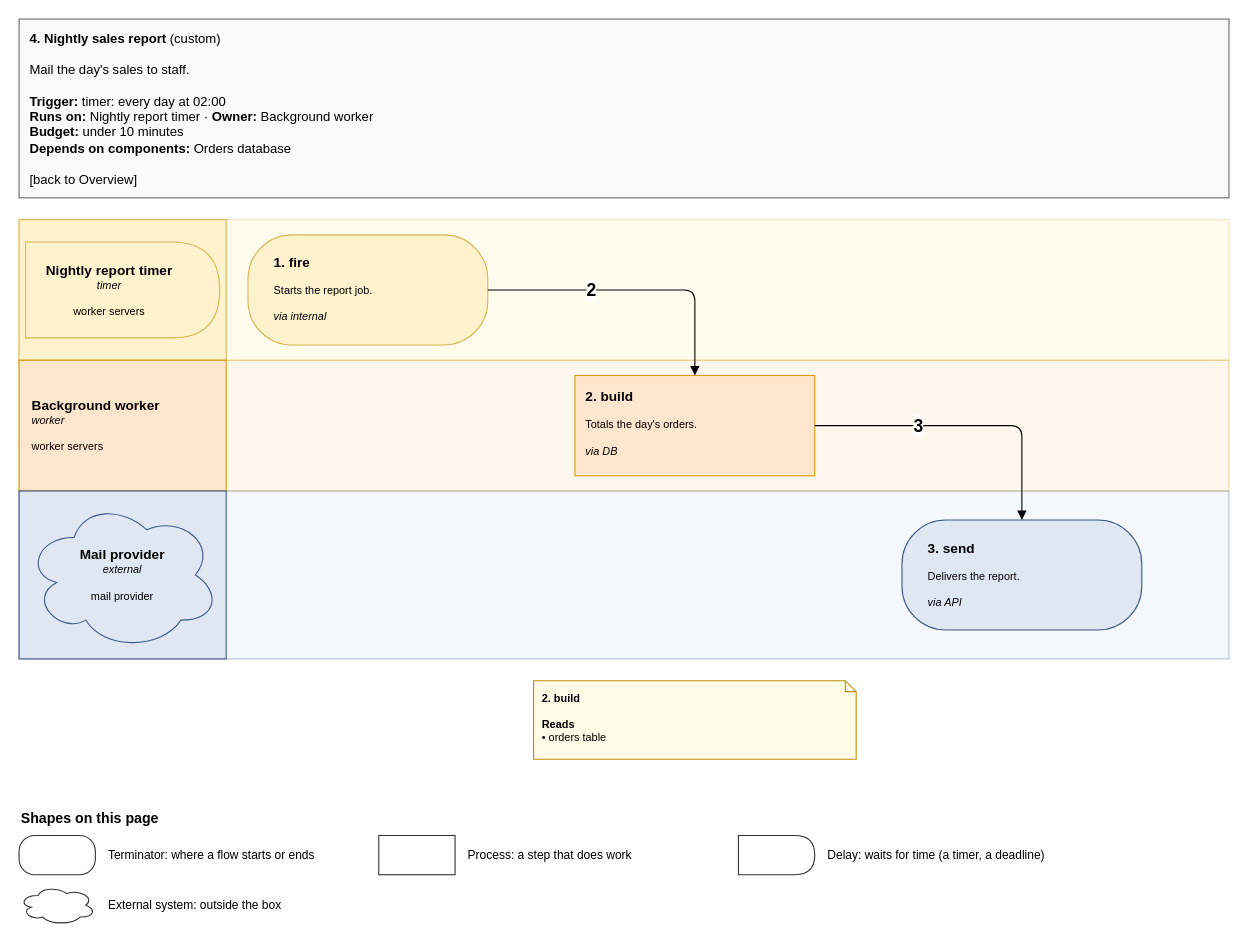
This is page "4. Nightly sales report" (6 of 7) of specialists/platform/skill-drawio/examples/shop/drawio/flows.drawio from amalikn/skills_stuff, a draw.io file, before an edit. Source tidied: cells renumbered, new cells numbered last; positions are measured from the earlier drawing's top-left corner, leaving out a move shared by most shapes. Both pictures are drawn from the tidied source at 109%, with x=0, y=0 at pixel (19, 19).
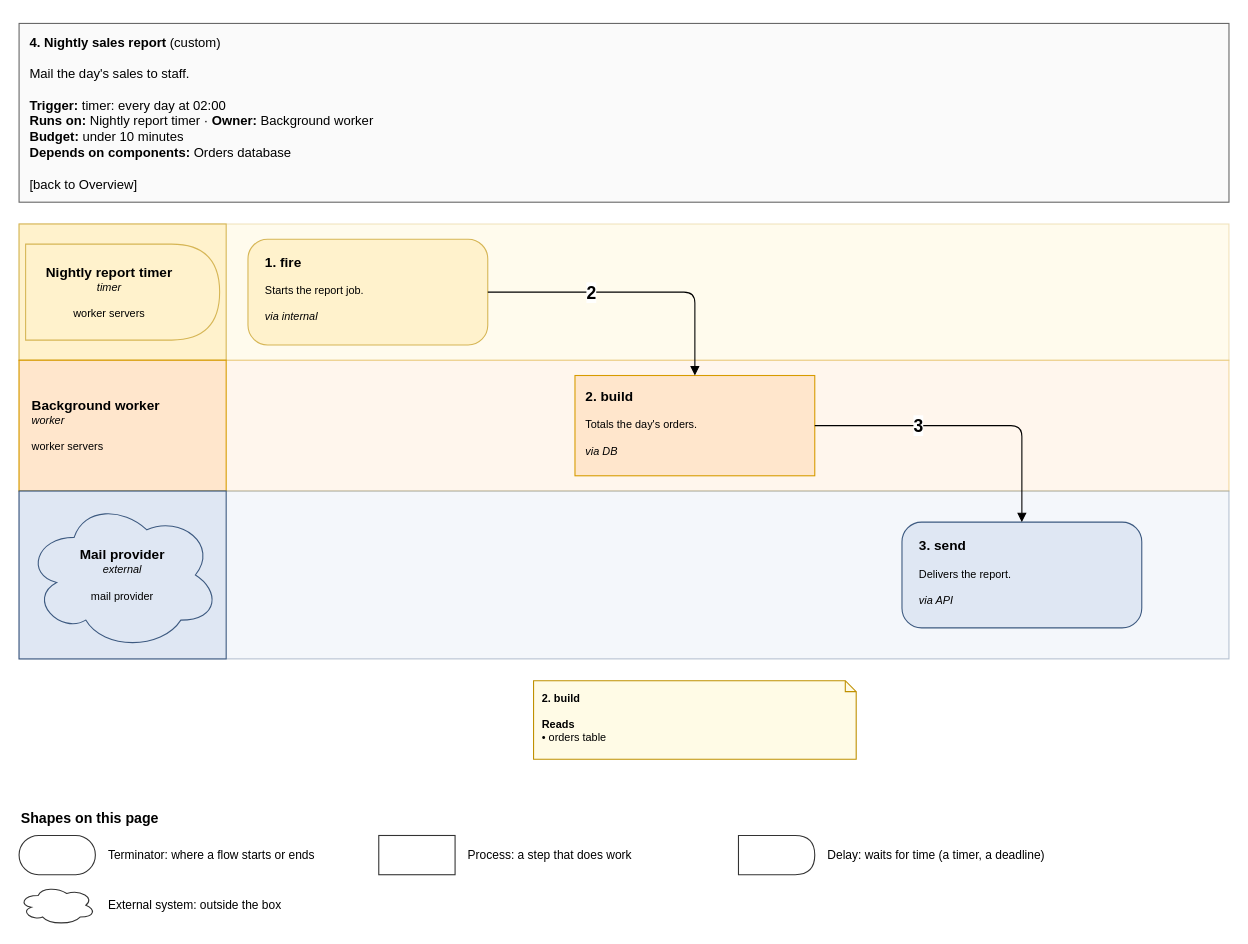
The same page after the edit.

Unchanged cells that the change refers to:
```xml
<mxCell id="12" value="&lt;span style=&quot;font-size:125%&quot;&gt;&lt;b&gt;2. build&lt;/b&gt;&lt;/span&gt;&lt;br&gt; &lt;br&gt;Totals the day&amp;#x27;s orders.&lt;br&gt; &lt;br&gt;&lt;i&gt;via DB&lt;/i&gt;" style="rounded=1;whiteSpace=wrap;html=1;fillColor=#ffe6cc;strokeColor=#d79b00;fontSize=11;arcSize=8;fontSize=10;align=left;verticalAlign=top;spacingLeft=8;spacingRight=6;spacingTop=6;rounded=0;" parent="1" vertex="1">
  <mxGeometry x="510" y="327" width="220" height="92" as="geometry" />
</mxCell>
```

What changed in the source:
```diff
@@
     <mxCell id="2" value="&lt;b&gt;4. Nightly sales report&lt;/b&gt; (custom)&lt;br&gt; &lt;br&gt;Mail the day&amp;#x27;s sales to staff.&lt;br&gt; &lt;br&gt;&lt;b&gt;Trigger:&lt;/b&gt; timer: every day at 02:00&lt;br&gt;&lt;b&gt;Runs on:&lt;/b&gt; Nightly report timer · &lt;b&gt;Owner:&lt;/b&gt; Background worker&lt;br&gt;&lt;b&gt;Budget:&lt;/b&gt; under 10 minutes&lt;br&gt;&lt;b&gt;Depends on components:&lt;/b&gt; Orders database&lt;br&gt; &lt;br&gt;[back to Overview]" style="rounded=0;whiteSpace=wrap;html=1;fillColor=#fafafa;strokeColor=#666666;align=left;verticalAlign=top;spacingLeft=8;spacingTop=4;fontSize=12;" parent="1" vertex="1">
-      <mxGeometry width="1110" height="164" as="geometry" />
+      <mxGeometry y="4" width="1110" height="164" as="geometry" />
     </mxCell>
     <mxCell id="3" style="rounded=0;html=1;fillColor=#fff2cc;strokeColor=#d6b656;opacity=35;" parent="1" vertex="1">
-      <mxGeometry y="184" width="1110" height="129" as="geometry" />
+      <mxGeometry y="188" width="1110" height="125" as="geometry" />
     </mxCell>
     <mxCell id="4" style="rounded=1;whiteSpace=wrap;html=1;fillColor=#fff2cc;strokeColor=#d6b656;fontSize=11;arcSize=8;rounded=0;" parent="1" vertex="1">
-      <mxGeometry y="184" width="190" height="129" as="geometry" />
+      <mxGeometry y="188" width="190" height="125" as="geometry" />
     </mxCell>
     <mxCell id="5" value="&lt;span style=&quot;font-size:125%&quot;&gt;&lt;b&gt;Nightly report timer&lt;/b&gt;&lt;/span&gt;&lt;br&gt;&lt;i&gt;timer&lt;/i&gt;&lt;br&gt; &lt;br&gt;worker servers" style="rounded=1;whiteSpace=wrap;html=1;fillColor=#fff2cc;strokeColor=#d6b656;fontSize=11;arcSize=8;fontSize=10;shape=delay;spacingRight=24;" parent="1" vertex="1">
-      <mxGeometry x="6" y="204.5" width="178" height="88" as="geometry" />
+      <mxGeometry x="6" y="206.5" width="178" height="88" as="geometry" />
     </mxCell>
@@
-    <mxCell id="11" value="&lt;span style=&quot;font-size:125%&quot;&gt;&lt;b&gt;1. fire&lt;/b&gt;&lt;/span&gt;&lt;br&gt; &lt;br&gt;Starts the report job.&lt;br&gt; &lt;br&gt;&lt;i&gt;via internal&lt;/i&gt;" style="rounded=1;whiteSpace=wrap;html=1;fillColor=#fff2cc;strokeColor=#d6b656;fontSize=11;arcSize=8;fontSize=10;align=left;verticalAlign=top;spacingLeft=8;spacingRight=6;spacingTop=6;rounded=1;arcSize=40;spacingLeft=22;spacingRight=18;spacingTop=12;" parent="1" vertex="1">
-      <mxGeometry x="210" y="198" width="220" height="101" as="geometry" />
+    <mxCell id="11" value="&lt;span style=&quot;font-size:125%&quot;&gt;&lt;b&gt;1. fire&lt;/b&gt;&lt;/span&gt;&lt;br&gt; &lt;br&gt;Starts the report job.&lt;br&gt; &lt;br&gt;&lt;i&gt;via internal&lt;/i&gt;" style="rounded=1;whiteSpace=wrap;html=1;fillColor=#fff2cc;strokeColor=#d6b656;fontSize=11;arcSize=8;fontSize=10;align=left;verticalAlign=top;spacingLeft=8;spacingRight=6;spacingTop=6;rounded=1;absoluteArcSize=1;arcSize=36;spacingLeft=14;spacingRight=12;spacingTop=8;" parent="1" vertex="1">
+      <mxGeometry x="210" y="202" width="220" height="97" as="geometry" />
     </mxCell>
@@
-    <mxCell id="14" value="&lt;span style=&quot;font-size:125%&quot;&gt;&lt;b&gt;3. send&lt;/b&gt;&lt;/span&gt;&lt;br&gt; &lt;br&gt;Delivers the report.&lt;br&gt; &lt;br&gt;&lt;i&gt;via API&lt;/i&gt;" style="rounded=1;whiteSpace=wrap;html=1;fillColor=#dfe7f3;strokeColor=#3d5a80;fontSize=11;arcSize=8;fontSize=10;align=left;verticalAlign=top;spacingLeft=8;spacingRight=6;spacingTop=6;rounded=1;arcSize=40;spacingLeft=22;spacingRight=18;spacingTop=12;" parent="1" vertex="1">
-      <mxGeometry x="810" y="459.5" width="220" height="101" as="geometry" />
+    <mxCell id="14" value="&lt;span style=&quot;font-size:125%&quot;&gt;&lt;b&gt;3. send&lt;/b&gt;&lt;/span&gt;&lt;br&gt; &lt;br&gt;Delivers the report.&lt;br&gt; &lt;br&gt;&lt;i&gt;via API&lt;/i&gt;" style="rounded=1;whiteSpace=wrap;html=1;fillColor=#dfe7f3;strokeColor=#3d5a80;fontSize=11;arcSize=8;fontSize=10;align=left;verticalAlign=top;spacingLeft=8;spacingRight=6;spacingTop=6;rounded=1;absoluteArcSize=1;arcSize=36;spacingLeft=14;spacingRight=12;spacingTop=8;" parent="1" vertex="1">
+      <mxGeometry x="810" y="461.5" width="220" height="97" as="geometry" />
     </mxCell>
@@
-    <mxCell id="16" style="whiteSpace=wrap;html=1;fillColor=#ffffff;strokeColor=#333333;rounded=1;arcSize=40;spacingLeft=22;spacingRight=18;spacingTop=12;" parent="1" vertex="1">
+    <mxCell id="16" style="whiteSpace=wrap;html=1;fillColor=#ffffff;strokeColor=#333333;rounded=1;absoluteArcSize=1;arcSize=36;spacingLeft=14;spacingRight=12;spacingTop=8;" parent="1" vertex="1">
       <mxGeometry y="749" width="70" height="36" as="geometry" />
     </mxCell>
@@
     <mxCell id="24" style="edgeStyle=none;rounded=1;html=1;endArrow=block;endFill=1;jumpStyle=arc;jumpSize=6;strokeColor=#000000;exitX=1;exitY=0.5;entryX=0.5;entryY=0;exitPerimeter=0;entryPerimeter=0;" parent="1" edge="1" source="11" target="12">
       <mxGeometry relative="1" as="geometry">
         <Array as="points">
-          <mxPoint x="620" y="248.5" />
+          <mxPoint x="620" y="250.5" />
         </Array>
       </mxGeometry>
     </mxCell>
     <mxCell id="25" value="&lt;b&gt;2&lt;/b&gt;" style="text;html=1;align=center;verticalAlign=middle;fontSize=16;fontStyle=1;labelBackgroundColor=#ffffff;fontColor=#000000;" parent="1" vertex="1">
-      <mxGeometry x="511.5" y="237.5" width="27" height="22" as="geometry" />
+      <mxGeometry x="511.5" y="239.5" width="27" height="22" as="geometry" />
     </mxCell>
```
